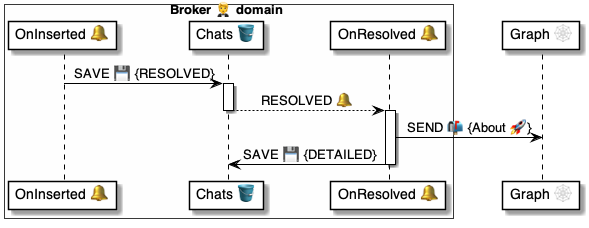
Earlier version of the PlantUML export 4 ⚙️ Solution/20 🧑‍🦰 UI/Brokers 🤵/🤵🪣 Broker tables/Chats 💬 table/🪣🧱 12 Resolved 🔔 event/🤵 OnChatResolved ⚙️ uml.png (pollyweb-org/pollyweb-docs). Its source is kept beside it as 4 ⚙️ Solution/20 🧑‍🦰 UI/Brokers 🤵/🤵🪣 Broker tables/Chats 💬 table/🪣🧱 12 Resolved 🔔 event/🤵 OnChatResolved ⚙️ uml.puml.
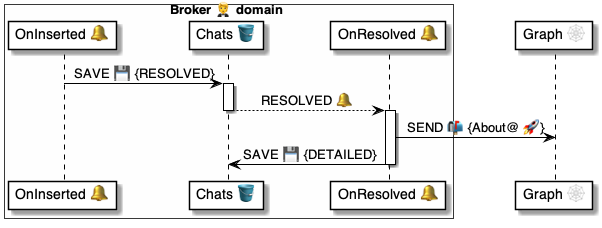
After the change.

The edit, as a diff of the source:
```diff
@@ -16,7 +16,7 @@
 deactivate table
 
 activate handler
-    handler -> graph: SEND 📬 {About 🚀}
+    handler -> graph: SEND 📬 {About@ 🚀}
     handler -> table: SAVE 💾 {DETAILED}
 deactivate handler
 
```
